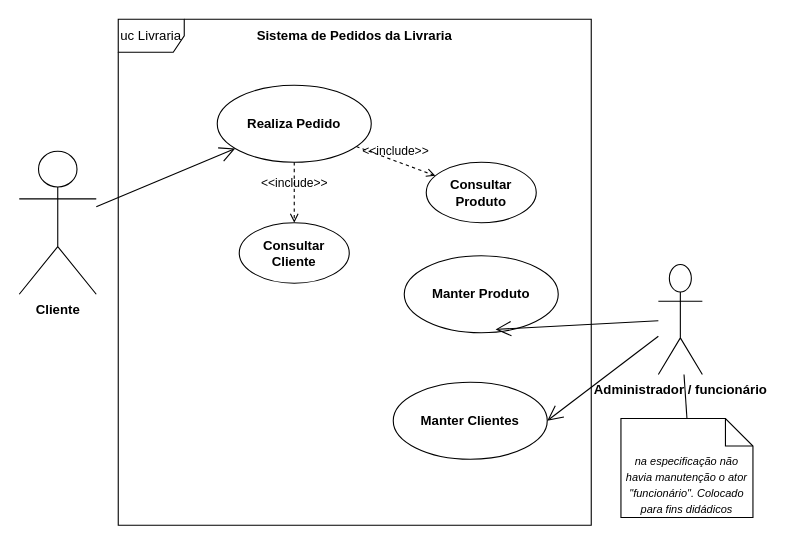
Earlier version of the draw.io diagram src/main/resources/static/uml_diagrama-caso-de-uso.drawio (herbertscbr/uninter.api-desenvolvimento-web-backend). Source tidied: cells renumbered, new cells numbered last; positions are measured from the earlier drawing's top-left corner, leaving out a move shared by most shapes. Both pictures are drawn from the tidied source at 110%, with x=0, y=0 at pixel (19, 19).
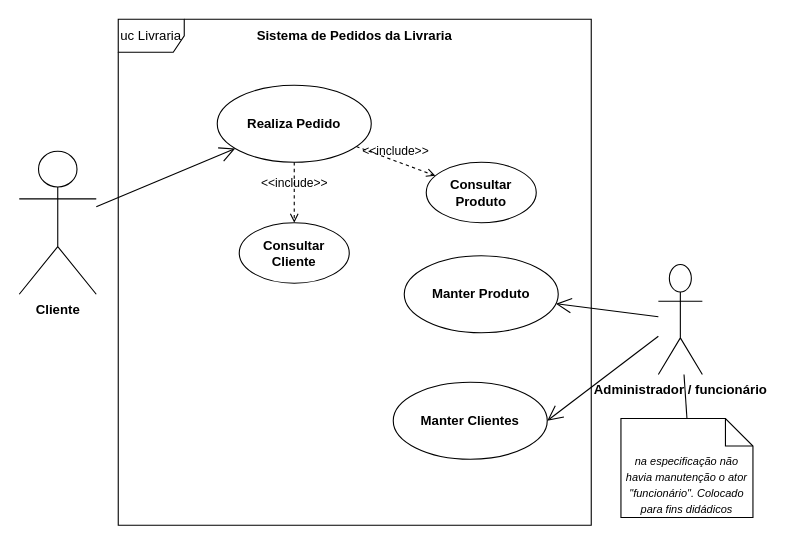
After the change.

Change to the diagram source:
```diff
@@
 <mxGraphModel>
   <root>
     <mxCell id="0" />
     <mxCell id="1" parent="0" />
     <mxCell id="2" value="Cliente" style="shape=umlActor;verticalLabelPosition=bottom;verticalAlign=top;html=1;outlineConnect=0;fontStyle=1;" parent="1" vertex="1">
       <mxGeometry y="120" width="70" height="130" as="geometry" />
     </mxCell>
     <mxCell id="3" value="Realiza Pedido" style="ellipse;whiteSpace=wrap;html=1;fontStyle=1;" parent="1" vertex="1">
       <mxGeometry x="180" y="60" width="140" height="70" as="geometry" />
     </mxCell>
     <mxCell id="4" style="endArrow=open;endFill=1;endSize=12;html=1;rounded=0;" parent="1" edge="1" source="2" target="3">
       <mxGeometry relative="1" as="geometry" />
     </mxCell>
     <mxCell id="5" value="Manter Produto" style="ellipse;whiteSpace=wrap;html=1;fontStyle=1;" parent="1" vertex="1">
       <mxGeometry x="350" y="215" width="140" height="70" as="geometry" />
     </mxCell>
     <mxCell id="6" value="Administrador / funcionário" style="shape=umlActor;verticalLabelPosition=bottom;verticalAlign=top;html=1;outlineConnect=0;fontStyle=1;" parent="1" vertex="1">
       <mxGeometry x="581" y="223" width="40" height="100" as="geometry" />
     </mxCell>
-    <mxCell id="7" style="endArrow=open;endFill=1;endSize=12;html=1;rounded=0;entryX=0.593;entryY=0.957;entryDx=0;entryDy=0;entryPerimeter=0;" parent="1" edge="1" source="6" target="5">
+    <mxCell id="7" style="endArrow=open;endFill=1;endSize=12;html=1;rounded=0;" parent="1" edge="1" source="6" target="5">
       <mxGeometry relative="1" as="geometry" />
     </mxCell>
     <mxCell id="8" value="&lt;div&gt;uc Livraria&lt;/div&gt;" style="shape=umlFrame;whiteSpace=wrap;html=1;" parent="1" vertex="1">
       <mxGeometry x="90" width="430" height="460" as="geometry" />
     </mxCell>
     <mxCell id="9" value="Manter Clientes" style="ellipse;whiteSpace=wrap;html=1;fontStyle=1;" parent="1" vertex="1">
       <mxGeometry x="340" y="330" width="140" height="70" as="geometry" />
     </mxCell>
     <mxCell id="10" style="endArrow=open;endFill=1;endSize=12;html=1;rounded=0;entryX=1;entryY=0.5;entryDx=0;entryDy=0;" parent="1" edge="1" source="6" target="9">
       <mxGeometry relative="1" as="geometry" />
     </mxCell>
     <mxCell id="11" value="Sistema de Pedidos da Livraria" style="text;html=1;whiteSpace=wrap;strokeColor=none;fillColor=none;align=center;verticalAlign=middle;rounded=0;fontStyle=1;strokeWidth=2;perimeterSpacing=1;" parent="1" vertex="1">
       <mxGeometry x="175" width="260" height="30" as="geometry" />
     </mxCell>
     <mxCell id="12" value="&lt;font style=&quot;font-size: 10px;&quot;&gt;&lt;i&gt;na especificação não havia manutenção o ator &quot;funcionário&quot;. Colocado para fins didádicos&lt;/i&gt;&lt;/font&gt;" style="shape=note2;boundedLbl=1;whiteSpace=wrap;html=1;size=25;verticalAlign=top;align=center;" parent="1" vertex="1">
       <mxGeometry x="547" y="363" width="120" height="90" as="geometry" />
     </mxCell>
     <mxCell id="13" value="&amp;lt;&amp;lt;include&amp;gt;&amp;gt;" style="html=1;verticalAlign=bottom;labelBackgroundColor=none;endArrow=open;endFill=0;dashed=1;rounded=0;" parent="1" edge="1" source="3" target="15">
       <mxGeometry relative="1" as="geometry" />
     </mxCell>
     <mxCell id="14" style="endArrow=none;startArrow=none;endFill=0;startFill=0;endSize=8;html=1;verticalAlign=bottom;labelBackgroundColor=none;strokeWidth=1;rounded=0;entryX=0.5;entryY=0;entryDx=0;entryDy=0;entryPerimeter=0;" parent="1" edge="1" source="6" target="12">
       <mxGeometry relative="1" as="geometry" />
     </mxCell>
     <mxCell id="15" value="Consultar Produto" style="ellipse;whiteSpace=wrap;html=1;fontStyle=1;" parent="1" vertex="1">
       <mxGeometry x="370" y="130" width="100" height="55" as="geometry" />
     </mxCell>
     <mxCell id="16" value="Consultar Cliente" style="ellipse;whiteSpace=wrap;html=1;fontStyle=1;" parent="1" vertex="1">
       <mxGeometry x="200" y="185" width="100" height="55" as="geometry" />
     </mxCell>
     <mxCell id="17" value="&amp;lt;&amp;lt;include&amp;gt;&amp;gt;" style="html=1;verticalAlign=bottom;labelBackgroundColor=none;endArrow=open;endFill=0;dashed=1;rounded=0;" parent="1" edge="1" source="3" target="16">
       <mxGeometry relative="1" as="geometry" />
     </mxCell>
   </root>
 </mxGraphModel>
```
